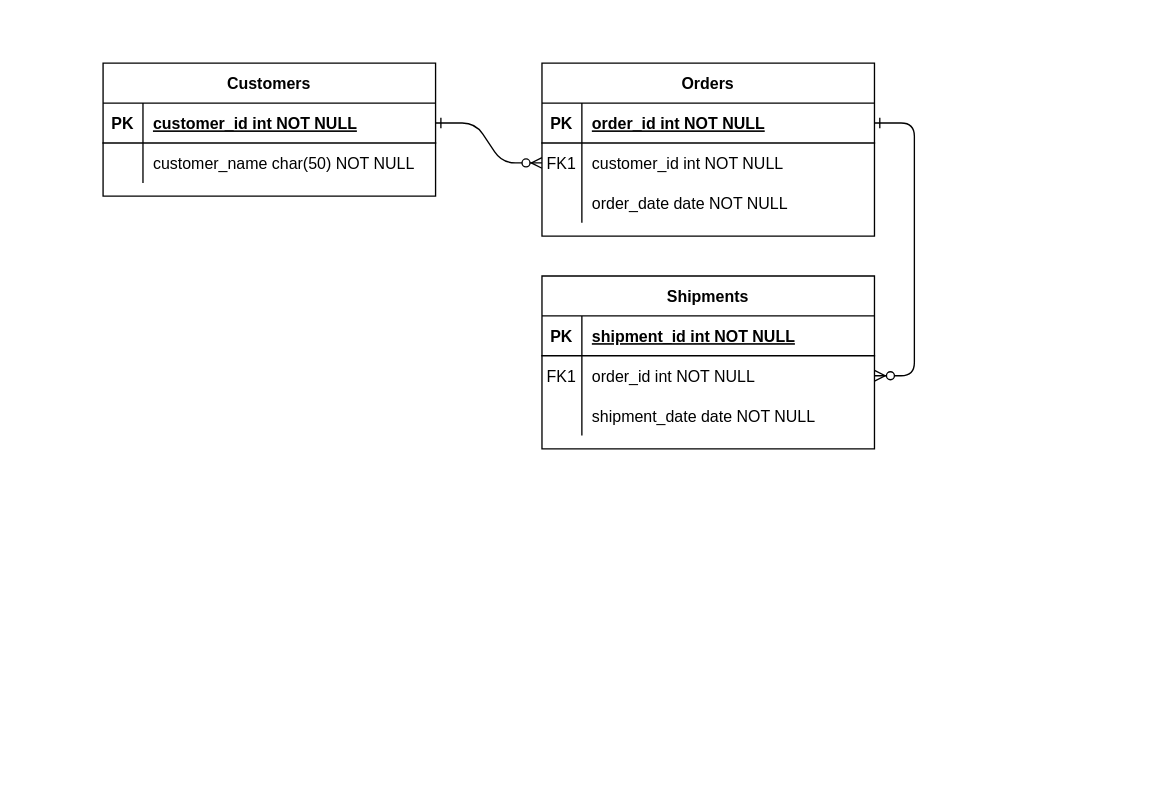
This is Untitled Diagram.drawio from ShamsMash/Lilly_Project, a draw.io file, before an edit. Source tidied: cells renumbered, new cells numbered last; positions are measured from the earlier drawing's top-left corner, leaving out a move shared by most shapes. Both pictures are drawn from the tidied source at 133%, with x=0, y=0 at pixel (102, 63).
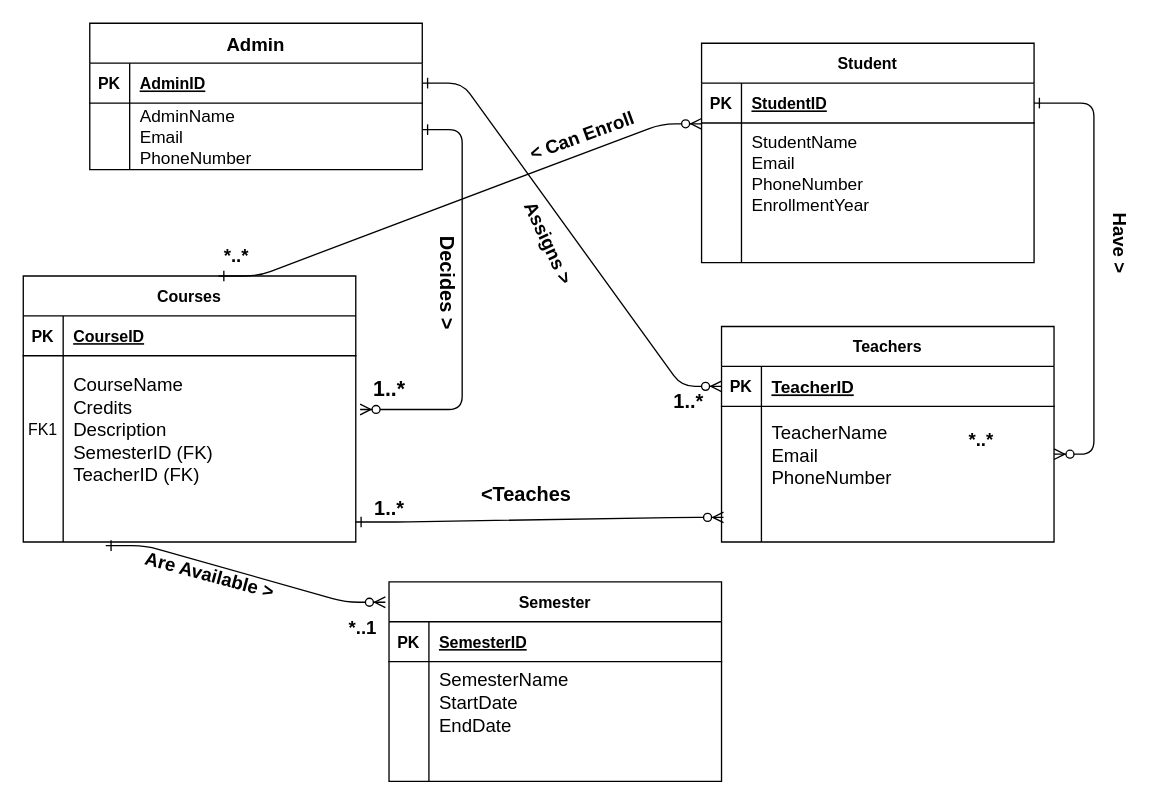
After the change.

Commit message:
Data Assignment ERD.drawio

Unchanged cells that the change refers to:
```xml
<mxCell id="5" style="shape=partialRectangle;fillColor=none;points=[[0,0.5],[1,0.5]];portConstraint=eastwest;top=0;left=0;right=0;bottom=1;" parent="4" vertex="1">
  <mxGeometry y="30" width="250" height="30" as="geometry" />
</mxCell>
<mxCell id="15" style="shape=partialRectangle;fillColor=none;points=[[0,0.5],[1,0.5]];portConstraint=eastwest;top=0;left=0;right=0;bottom=1;" parent="14" vertex="1">
  <mxGeometry y="30" width="250" height="30" as="geometry" />
</mxCell>
<mxCell id="25" style="shape=partialRectangle;fillColor=none;points=[[0,0.5],[1,0.5]];portConstraint=eastwest;top=0;left=0;right=0;bottom=1;" parent="24" vertex="1">
  <mxGeometry y="30" width="250" height="30" as="geometry" />
</mxCell>
```

Change to the diagram source:
```diff
@@
-    <mxCell id="2" style="edgeStyle=entityRelationEdgeStyle;endArrow=ERzeroToMany;startArrow=ERone;endFill=1;startFill=0;" parent="1" edge="1" source="25" target="8">
-      <mxGeometry relative="1" as="geometry" />
+    <mxCell id="2" style="edgeStyle=entityRelationEdgeStyle;endArrow=ERzeroToMany;startArrow=ERone;endFill=1;startFill=0;entryX=1.013;entryY=0.367;entryDx=0;entryDy=0;entryPerimeter=0;" parent="1" edge="1" target="35">
+      <mxGeometry relative="1" as="geometry">
+        <mxPoint x="240" y="50" as="sourcePoint" />
+        <Array as="points">
+          <mxPoint x="270" y="80" />
+          <mxPoint x="270" y="90" />
+        </Array>
+      </mxGeometry>
     </mxCell>
@@
-    <mxCell id="4" value="Orders" style="shape=table;startSize=30;childLayout=tableLayout;rowLines=0;fontStyle=1;align=center;" parent="1" vertex="1">
-      <mxGeometry x="330" width="250" height="130" as="geometry" />
+    <mxCell id="4" value="Student" style="shape=table;startSize=30;childLayout=tableLayout;rowLines=0;fontStyle=1;align=center;" parent="1" vertex="1">
+      <mxGeometry x="450" y="-15" width="250" height="165" as="geometry" />
     </mxCell>
@@
-    <mxCell id="7" value="order_id int NOT NULL " style="shape=partialRectangle;overflow=hidden;fillColor=none;top=0;left=0;bottom=0;right=0;align=left;spacingLeft=6;fontStyle=5;" parent="5" vertex="1">
+    <mxCell id="7" value="StudentID" style="shape=partialRectangle;overflow=hidden;fillColor=none;top=0;left=0;bottom=0;right=0;align=left;spacingLeft=6;fontStyle=5;" parent="5" vertex="1">
       <mxGeometry x="30" width="220" height="30" as="geometry" />
     </mxCell>
     <mxCell id="8" style="shape=partialRectangle;fillColor=none;points=[[0,0.5],[1,0.5]];portConstraint=eastwest;top=0;left=0;right=0;bottom=0;" parent="4" vertex="1">
-      <mxGeometry y="60" width="250" height="30" as="geometry" />
+      <mxGeometry y="60" width="250" height="75" as="geometry" />
     </mxCell>
-    <mxCell id="9" value="FK1" style="shape=partialRectangle;overflow=hidden;fillColor=none;top=0;left=0;bottom=0;right=0;" parent="8" vertex="1">
-      <mxGeometry width="30" height="30" as="geometry" />
+    <mxCell id="9" style="shape=partialRectangle;overflow=hidden;fillColor=none;top=0;left=0;bottom=0;right=0;" parent="8" vertex="1">
+      <mxGeometry width="30" height="75" as="geometry" />
     </mxCell>
-    <mxCell id="10" value="customer_id int NOT NULL" style="shape=partialRectangle;overflow=hidden;fillColor=none;top=0;left=0;bottom=0;right=0;align=left;spacingLeft=6;" parent="8" vertex="1">
-      <mxGeometry x="30" width="220" height="30" as="geometry" />
+    <mxCell id="10" value="StudentName&#10;Email&#10;PhoneNumber&#10;EnrollmentYear" style="shape=partialRectangle;overflow=hidden;fillColor=none;top=0;left=0;bottom=0;right=0;align=left;spacingLeft=6;fontSize=13;" parent="8" vertex="1">
+      <mxGeometry x="30" width="220" height="75" as="geometry" />
     </mxCell>
     <mxCell id="11" style="shape=partialRectangle;fillColor=none;top=0;left=0;right=0;bottom=0;" parent="4" vertex="1">
-      <mxGeometry y="90" width="250" height="30" as="geometry" />
+      <mxGeometry y="135" width="250" height="30" as="geometry" />
     </mxCell>
@@
-    <mxCell id="13" value="order_date date NOT NULL" style="shape=partialRectangle;overflow=hidden;fillColor=none;top=0;left=0;bottom=0;right=0;align=left;spacingLeft=6;" parent="11" vertex="1">
+    <mxCell id="13" style="shape=partialRectangle;overflow=hidden;fillColor=none;top=0;left=0;bottom=0;right=0;align=left;spacingLeft=6;" parent="11" vertex="1">
       <mxGeometry x="30" width="220" height="30" as="geometry" />
     </mxCell>
-    <mxCell id="14" value="Shipments" style="shape=table;startSize=30;childLayout=tableLayout;rowLines=0;fontStyle=1;align=center;" parent="1" vertex="1">
-      <mxGeometry x="330" y="160" width="250" height="130" as="geometry" />
+    <mxCell id="14" value="Teachers" style="shape=table;startSize=30;childLayout=tableLayout;rowLines=0;fontStyle=1;align=center;" parent="1" vertex="1">
+      <mxGeometry x="465" y="198" width="250" height="162" as="geometry" />
     </mxCell>
@@
-    <mxCell id="17" value="shipment_id int NOT NULL " style="shape=partialRectangle;overflow=hidden;fillColor=none;top=0;left=0;bottom=0;right=0;align=left;spacingLeft=6;fontStyle=5;" parent="15" vertex="1">
+    <mxCell id="17" value="TeacherID" style="shape=partialRectangle;overflow=hidden;fillColor=none;top=0;left=0;bottom=0;right=0;align=left;spacingLeft=6;fontStyle=5;fontSize=13;" parent="15" vertex="1">
       <mxGeometry x="30" width="220" height="30" as="geometry" />
     </mxCell>
     <mxCell id="18" style="shape=partialRectangle;fillColor=none;points=[[0,0.5],[1,0.5]];portConstraint=eastwest;top=0;left=0;right=0;bottom=0;" parent="14" vertex="1">
-      <mxGeometry y="60" width="250" height="30" as="geometry" />
+      <mxGeometry y="60" width="250" height="72" as="geometry" />
     </mxCell>
-    <mxCell id="19" value="FK1" style="shape=partialRectangle;overflow=hidden;fillColor=none;top=0;left=0;bottom=0;right=0;" parent="18" vertex="1">
-      <mxGeometry width="30" height="30" as="geometry" />
+    <mxCell id="19" style="shape=partialRectangle;overflow=hidden;fillColor=none;top=0;left=0;bottom=0;right=0;" parent="18" vertex="1">
+      <mxGeometry width="30" height="72" as="geometry" />
     </mxCell>
-    <mxCell id="20" value="order_id int NOT NULL" style="shape=partialRectangle;overflow=hidden;fillColor=none;top=0;left=0;bottom=0;right=0;align=left;spacingLeft=6;" parent="18" vertex="1">
-      <mxGeometry x="30" width="220" height="30" as="geometry" />
+    <mxCell id="20" value="TeacherName&#10;Email&#10;PhoneNumber" style="shape=partialRectangle;overflow=hidden;fillColor=none;top=0;left=0;bottom=0;right=0;align=left;spacingLeft=6;fontSize=14;" parent="18" vertex="1">
+      <mxGeometry x="30" width="220" height="72" as="geometry" />
     </mxCell>
     <mxCell id="21" style="shape=partialRectangle;fillColor=none;top=0;left=0;right=0;bottom=0;" parent="14" vertex="1">
-      <mxGeometry y="90" width="250" height="30" as="geometry" />
+      <mxGeometry y="132" width="250" height="30" as="geometry" />
     </mxCell>
@@
-    <mxCell id="23" value="shipment_date date NOT NULL" style="shape=partialRectangle;overflow=hidden;fillColor=none;top=0;left=0;bottom=0;right=0;align=left;spacingLeft=6;" parent="21" vertex="1">
+    <mxCell id="23" style="shape=partialRectangle;overflow=hidden;fillColor=none;top=0;left=0;bottom=0;right=0;align=left;spacingLeft=6;" parent="21" vertex="1">
       <mxGeometry x="30" width="220" height="30" as="geometry" />
     </mxCell>
-    <mxCell id="24" value="Customers" style="shape=table;startSize=30;childLayout=tableLayout;rowLines=0;fontStyle=1;align=center;" parent="1" vertex="1">
-      <mxGeometry width="250" height="100" as="geometry" />
+    <mxCell id="24" value="Admin" style="shape=table;startSize=30;childLayout=tableLayout;rowLines=0;fontStyle=1;align=center;fontSize=14;" parent="1" vertex="1">
+      <mxGeometry x="-10" y="-30" width="250" height="110" as="geometry" />
     </mxCell>
@@
-    <mxCell id="27" value="customer_id int NOT NULL " style="shape=partialRectangle;overflow=hidden;fillColor=none;top=0;left=0;bottom=0;right=0;align=left;spacingLeft=6;fontStyle=5;" parent="25" vertex="1">
+    <mxCell id="27" value="AdminID" style="shape=partialRectangle;overflow=hidden;fillColor=none;top=0;left=0;bottom=0;right=0;align=left;spacingLeft=6;fontStyle=5;" parent="25" vertex="1">
       <mxGeometry x="30" width="220" height="30" as="geometry" />
     </mxCell>
     <mxCell id="28" style="shape=partialRectangle;fillColor=none;top=0;left=0;right=0;bottom=0;" parent="24" vertex="1">
-      <mxGeometry y="60" width="250" height="30" as="geometry" />
+      <mxGeometry y="60" width="250" height="50" as="geometry" />
     </mxCell>
     <mxCell id="29" style="shape=partialRectangle;overflow=hidden;fillColor=none;top=0;left=0;bottom=0;right=0;" parent="28" vertex="1">
-      <mxGeometry width="30" height="30" as="geometry" />
+      <mxGeometry width="30" height="50" as="geometry" />
     </mxCell>
-    <mxCell id="30" value="customer_name char(50) NOT NULL" style="shape=partialRectangle;overflow=hidden;fillColor=none;top=0;left=0;bottom=0;right=0;align=left;spacingLeft=6;" parent="28" vertex="1">
-      <mxGeometry x="30" width="220" height="30" as="geometry" />
+    <mxCell id="30" value="AdminName&#10;Email&#10;PhoneNumber" style="shape=partialRectangle;overflow=hidden;fillColor=none;top=0;left=0;bottom=0;right=0;align=left;spacingLeft=6;fontSize=13;" parent="28" vertex="1">
+      <mxGeometry x="30" width="220" height="50" as="geometry" />
     </mxCell>
+    <mxCell id="31" value="Courses" style="shape=table;startSize=30;childLayout=tableLayout;rowLines=0;fontStyle=1;align=center;" parent="1" vertex="1">
+      <mxGeometry x="-60" y="160" width="250" height="200" as="geometry" />
+    </mxCell>
+    <mxCell id="32" style="shape=partialRectangle;fillColor=none;top=0;left=0;right=0;bottom=1;" parent="31" vertex="1">
+      <mxGeometry y="30" width="250" height="30" as="geometry" />
+    </mxCell>
+    <mxCell id="33" value="PK" style="shape=partialRectangle;overflow=hidden;fillColor=none;top=0;left=0;bottom=0;right=0;fontStyle=1;" parent="32" vertex="1">
+      <mxGeometry width="30" height="30" as="geometry" />
+    </mxCell>
+    <mxCell id="34" value="CourseID" style="shape=partialRectangle;overflow=hidden;fillColor=none;top=0;left=0;bottom=0;right=0;align=left;spacingLeft=6;fontStyle=5;" parent="32" vertex="1">
+      <mxGeometry x="30" width="220" height="30" as="geometry" />
+    </mxCell>
+    <mxCell id="35" style="shape=partialRectangle;fillColor=none;points=[[0,0.5],[1,0.5]];portConstraint=eastwest;top=0;left=0;right=0;bottom=0;" parent="31" vertex="1">
+      <mxGeometry y="60" width="250" height="110" as="geometry" />
+    </mxCell>
+    <mxCell id="36" value="FK1" style="shape=partialRectangle;overflow=hidden;fillColor=none;top=0;left=0;bottom=0;right=0;" parent="35" vertex="1">
+      <mxGeometry width="30" height="110" as="geometry" />
+    </mxCell>
+    <mxCell id="37" value="CourseName&#10;Credits&#10;Description&#10;SemesterID (FK)&#10;TeacherID (FK)" style="shape=partialRectangle;overflow=hidden;fillColor=none;top=0;left=0;bottom=0;right=0;align=left;spacingLeft=6;fontSize=14;" parent="35" vertex="1">
+      <mxGeometry x="30" width="220" height="110" as="geometry" />
+    </mxCell>
+    <mxCell id="38" style="shape=partialRectangle;fillColor=none;points=[[0,0.5],[1,0.5]];portConstraint=eastwest;top=0;left=0;right=0;bottom=0;" parent="31" vertex="1">
+      <mxGeometry y="170" width="250" height="30" as="geometry" />
+    </mxCell>
+    <mxCell id="39" style="shape=partialRectangle;overflow=hidden;fillColor=none;top=0;left=0;bottom=0;right=0;" parent="38" vertex="1">
+      <mxGeometry width="30" height="30" as="geometry" />
+    </mxCell>
+    <mxCell id="40" style="shape=partialRectangle;overflow=hidden;fillColor=none;top=0;left=0;bottom=0;right=0;align=left;spacingLeft=6;" parent="38" vertex="1">
+      <mxGeometry x="30" width="220" height="30" as="geometry" />
+    </mxCell>
+    <mxCell id="41" value="Semester" style="shape=table;startSize=30;childLayout=tableLayout;rowLines=0;fontStyle=1;align=center;" parent="1" vertex="1">
+      <mxGeometry x="215" y="390" width="250" height="150" as="geometry" />
+    </mxCell>
+    <mxCell id="42" style="shape=partialRectangle;fillColor=none;top=0;left=0;right=0;bottom=1;" parent="41" vertex="1">
+      <mxGeometry y="30" width="250" height="30" as="geometry" />
+    </mxCell>
+    <mxCell id="43" value="PK" style="shape=partialRectangle;overflow=hidden;fillColor=none;top=0;left=0;bottom=0;right=0;fontStyle=1;" parent="42" vertex="1">
+      <mxGeometry width="30" height="30" as="geometry" />
+    </mxCell>
+    <mxCell id="44" value="SemesterID" style="shape=partialRectangle;overflow=hidden;fillColor=none;top=0;left=0;bottom=0;right=0;align=left;spacingLeft=6;fontStyle=5;" parent="42" vertex="1">
+      <mxGeometry x="30" width="220" height="30" as="geometry" />
+    </mxCell>
+    <mxCell id="45" style="shape=partialRectangle;fillColor=none;top=0;left=0;right=0;bottom=0;" parent="41" vertex="1">
+      <mxGeometry y="60" width="250" height="60" as="geometry" />
+    </mxCell>
+    <mxCell id="46" style="shape=partialRectangle;overflow=hidden;fillColor=none;top=0;left=0;bottom=0;right=0;" parent="45" vertex="1">
+      <mxGeometry width="30" height="60" as="geometry" />
+    </mxCell>
+    <mxCell id="47" value="SemesterName&#10;StartDate&#10;EndDate" style="shape=partialRectangle;overflow=hidden;fillColor=none;top=0;left=0;bottom=0;right=0;align=left;spacingLeft=6;fontSize=14;" parent="45" vertex="1">
+      <mxGeometry x="30" width="220" height="60" as="geometry" />
+    </mxCell>
+    <mxCell id="48" style="shape=partialRectangle;fillColor=none;top=0;left=0;right=0;bottom=0;" parent="41" vertex="1">
+      <mxGeometry y="120" width="250" height="30" as="geometry" />
+    </mxCell>
+    <mxCell id="49" style="shape=partialRectangle;overflow=hidden;fillColor=none;top=0;left=0;bottom=0;right=0;" parent="48" vertex="1">
+      <mxGeometry width="30" height="30" as="geometry" />
+    </mxCell>
+    <mxCell id="50" style="shape=partialRectangle;overflow=hidden;fillColor=none;top=0;left=0;bottom=0;right=0;align=left;spacingLeft=6;" parent="48" vertex="1">
+      <mxGeometry x="30" width="220" height="30" as="geometry" />
+    </mxCell>
+    <mxCell id="51" value="Decides &amp;gt;" style="text;html=1;align=center;verticalAlign=middle;strokeColor=none;fillColor=none;fontFamily=Helvetica;rotation=90;fontSize=15;fontStyle=1;" parent="1" vertex="1">
+      <mxGeometry x="215" y="150" width="90" height="30" as="geometry" />
+    </mxCell>
+    <mxCell id="52" value="&lt;font style=&quot;font-size: 16px;&quot; face=&quot;Helvetica&quot;&gt;1..*&lt;/font&gt;" style="text;html=1;align=center;verticalAlign=middle;strokeColor=none;fillColor=none;fontFamily=Architects Daughter;fontStyle=1;" parent="1" vertex="1">
+      <mxGeometry x="190" y="230" width="50" height="30" as="geometry" />
+    </mxCell>
+    <mxCell id="53" value="&lt;font style=&quot;font-size: 14px;&quot; face=&quot;Helvetica&quot;&gt;&lt;b&gt;Assigns &amp;gt;&lt;/b&gt;&lt;/font&gt;" style="text;html=1;align=center;verticalAlign=middle;strokeColor=none;fillColor=none;fontFamily=Architects Daughter;rotation=65;" parent="1" vertex="1">
+      <mxGeometry x="290" y="120" width="90" height="30" as="geometry" />
+    </mxCell>
+    <mxCell id="54" style="edgeStyle=entityRelationEdgeStyle;endArrow=ERzeroToMany;startArrow=ERone;endFill=1;startFill=0;exitX=1;exitY=0.5;exitDx=0;exitDy=0;entryX=0;entryY=0.5;entryDx=0;entryDy=0;" parent="1" edge="1" source="25" target="15">
+      <mxGeometry relative="1" as="geometry">
+        <Array as="points">
+          <mxPoint x="280" y="70" />
+          <mxPoint x="280" y="80" />
+          <mxPoint x="360" y="120" />
+        </Array>
+      </mxGeometry>
+    </mxCell>
+    <mxCell id="55" value="&lt;font style=&quot;font-size: 15px;&quot; face=&quot;Helvetica&quot;&gt;&lt;b&gt;1..*&lt;/b&gt;&lt;/font&gt;" style="text;html=1;align=center;verticalAlign=middle;strokeColor=none;fillColor=none;fontFamily=Architects Daughter;" parent="1" vertex="1">
+      <mxGeometry x="415" y="240" width="50" height="30" as="geometry" />
+    </mxCell>
+    <mxCell id="56" style="edgeStyle=entityRelationEdgeStyle;endArrow=ERzeroToMany;startArrow=ERone;endFill=1;startFill=0;entryX=0.006;entryY=1.16;entryDx=0;entryDy=0;entryPerimeter=0;exitX=1;exitY=0.5;exitDx=0;exitDy=0;" parent="1" edge="1" source="38" target="18">
+      <mxGeometry relative="1" as="geometry">
+        <Array as="points">
+          <mxPoint x="210" y="290" />
+          <mxPoint x="210" y="290" />
+          <mxPoint x="430" y="116.8" />
+          <mxPoint x="280" y="350" />
+          <mxPoint x="430" y="126.8" />
+          <mxPoint x="530" y="350" />
+          <mxPoint x="510" y="166.8" />
+        </Array>
+      </mxGeometry>
+    </mxCell>
+    <mxCell id="57" value="&lt;b&gt;&lt;font style=&quot;font-size: 15px;&quot; face=&quot;Helvetica&quot;&gt;&amp;lt;Teaches&amp;nbsp;&lt;/font&gt;&lt;/b&gt;" style="text;html=1;align=center;verticalAlign=middle;strokeColor=none;fillColor=none;fontFamily=Architects Daughter;rotation=0;" parent="1" vertex="1">
+      <mxGeometry x="270" y="310" width="100" height="30" as="geometry" />
+    </mxCell>
+    <mxCell id="58" value="&lt;b&gt;&lt;font style=&quot;font-size: 15px;&quot; face=&quot;Helvetica&quot;&gt;1..*&lt;/font&gt;&lt;/b&gt;" style="text;html=1;align=center;verticalAlign=middle;strokeColor=none;fillColor=none;fontFamily=Architects Daughter;" parent="1" vertex="1">
+      <mxGeometry x="190" y="320" width="50" height="30" as="geometry" />
+    </mxCell>
+    <mxCell id="59" style="edgeStyle=entityRelationEdgeStyle;endArrow=ERzeroToMany;startArrow=ERone;endFill=1;startFill=0;entryX=0.003;entryY=0.9;entryDx=0;entryDy=0;entryPerimeter=0;exitX=0.59;exitY=-0.028;exitDx=0;exitDy=0;exitPerimeter=0;" parent="1" edge="1">
+      <mxGeometry relative="1" as="geometry">
+        <mxPoint x="86.8" y="160" as="sourcePoint" />
+        <mxPoint x="450" y="45.6" as="targetPoint" />
+        <Array as="points">
+          <mxPoint x="219.2" y="303.6" />
+          <mxPoint x="219.2" y="303.6" />
+          <mxPoint x="439.2" y="130.4" />
+          <mxPoint x="289.2" y="363.6" />
+          <mxPoint x="439.2" y="140.4" />
+          <mxPoint x="539.2" y="363.6" />
+          <mxPoint x="519.2" y="180.4" />
+        </Array>
+      </mxGeometry>
+    </mxCell>
+    <mxCell id="60" value="&lt;font size=&quot;1&quot; face=&quot;Helvetica&quot;&gt;&lt;b style=&quot;font-size: 14px;&quot;&gt;&amp;lt; Can Enroll&lt;/b&gt;&lt;/font&gt;" style="text;html=1;align=center;verticalAlign=middle;strokeColor=none;fillColor=none;fontFamily=Architects Daughter;rotation=-20;" parent="1" vertex="1">
+      <mxGeometry x="305" y="40" width="110" height="30" as="geometry" />
+    </mxCell>
+    <mxCell id="61" value="&lt;font style=&quot;font-size: 14px;&quot; face=&quot;Helvetica&quot;&gt;*..*&lt;/font&gt;" style="text;html=1;align=center;verticalAlign=middle;strokeColor=none;fillColor=none;fontFamily=Architects Daughter;fontStyle=1;" parent="1" vertex="1">
+      <mxGeometry x="80" y="130" width="40" height="30" as="geometry" />
+    </mxCell>
+    <mxCell id="62" style="edgeStyle=entityRelationEdgeStyle;endArrow=ERzeroToMany;startArrow=ERone;endFill=1;startFill=0;entryX=-0.011;entryY=0.102;entryDx=0;entryDy=0;entryPerimeter=0;exitX=0.248;exitY=1.093;exitDx=0;exitDy=0;exitPerimeter=0;" parent="1" edge="1" source="38" target="41">
+      <mxGeometry relative="1" as="geometry">
+        <Array as="points">
+          <mxPoint x="-12" y="394" />
+          <mxPoint x="-12" y="394" />
+          <mxPoint x="140" y="420" />
+          <mxPoint x="208" y="220.8" />
+          <mxPoint x="58" y="454" />
+          <mxPoint x="208" y="230.8" />
+          <mxPoint x="308" y="454" />
+          <mxPoint x="288" y="270.8" />
+        </Array>
+      </mxGeometry>
+    </mxCell>
+    <mxCell id="63" value="&lt;b&gt;&lt;font style=&quot;font-size: 14px;&quot; face=&quot;Helvetica&quot;&gt;Are Available &amp;gt;&lt;/font&gt;&lt;/b&gt;" style="text;html=1;align=center;verticalAlign=middle;strokeColor=none;fillColor=none;fontFamily=Architects Daughter;rotation=15;" parent="1" vertex="1">
+      <mxGeometry x="20" y="370" width="120" height="30" as="geometry" />
+    </mxCell>
+    <mxCell id="64" value="&lt;b&gt;&lt;font style=&quot;font-size: 14px;&quot; face=&quot;Helvetica&quot;&gt;*..1&lt;/font&gt;&lt;/b&gt;" style="text;html=1;align=center;verticalAlign=middle;strokeColor=none;fillColor=none;fontFamily=Architects Daughter;" parent="1" vertex="1">
+      <mxGeometry x="175" y="410" width="40" height="30" as="geometry" />
+    </mxCell>
+    <mxCell id="65" value="&lt;b&gt;&lt;font style=&quot;font-size: 14px;&quot; face=&quot;Helvetica&quot;&gt;Have &amp;gt;&lt;/font&gt;&lt;/b&gt;" style="text;html=1;align=center;verticalAlign=middle;strokeColor=none;fillColor=none;fontFamily=Architects Daughter;rotation=90;" parent="1" vertex="1">
+      <mxGeometry x="730" y="120" width="70" height="30" as="geometry" />
+    </mxCell>
+    <mxCell id="66" value="&lt;b&gt;&lt;font style=&quot;font-size: 14px;&quot; face=&quot;Helvetica&quot;&gt;*..*&lt;/font&gt;&lt;/b&gt;" style="text;html=1;align=center;verticalAlign=middle;strokeColor=none;fillColor=none;fontFamily=Architects Daughter;" parent="1" vertex="1">
+      <mxGeometry x="640" y="268" width="40" height="30" as="geometry" />
+    </mxCell>
```
